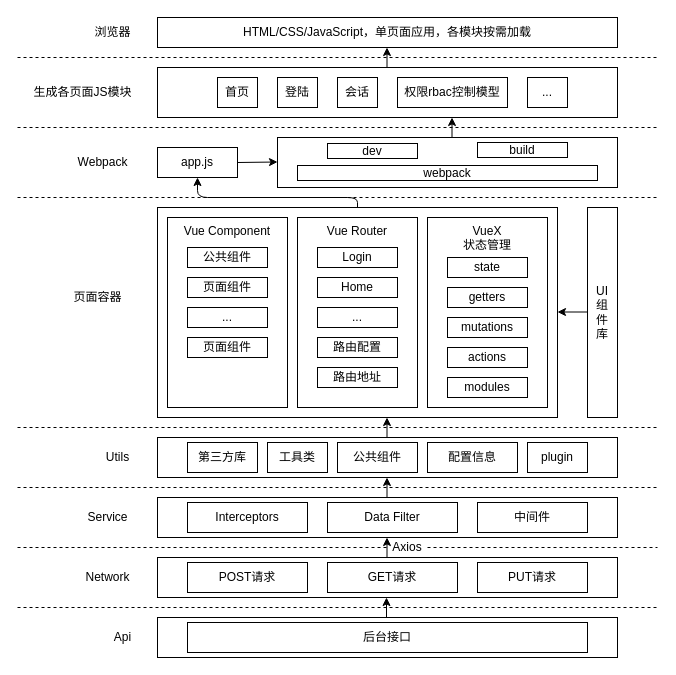
The draw.io diagram 未命名绘图.drawio in magicgaorui/-, before the edit. Source tidied: cells renumbered, new cells numbered last; positions are measured from the earlier drawing's top-left corner, leaving out a move shared by most shapes. Both pictures are drawn from the tidied source at 100%, with x=0, y=0 at pixel (17, 17).
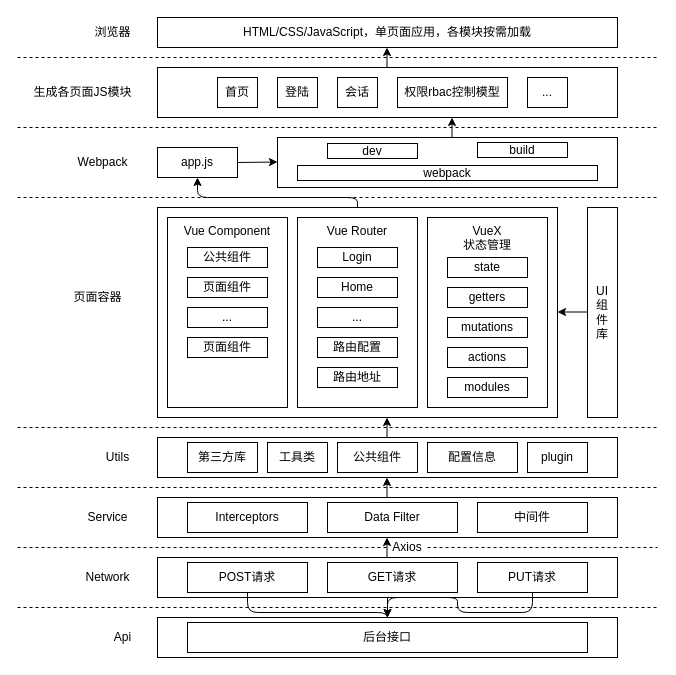
The same diagram, later.

The change refers to these unchanged cells:
```xml
<mxCell id="63" style="rounded=0;whiteSpace=wrap;html=1;shadow=0;glass=0;sketch=0;align=center;verticalAlign=top;" parent="1" vertex="1">
  <mxGeometry x="140" y="540" width="460" height="40" as="geometry" />
</mxCell>
<mxCell id="64" value="POST请求" style="rounded=0;whiteSpace=wrap;html=1;" parent="1" vertex="1">
  <mxGeometry x="170" y="545" width="120" height="30" as="geometry" />
</mxCell>
<mxCell id="66" value="PUT请求" style="rounded=0;whiteSpace=wrap;html=1;" parent="1" vertex="1">
  <mxGeometry x="460" y="545" width="110" height="30" as="geometry" />
</mxCell>
<mxCell id="72" style="rounded=0;whiteSpace=wrap;html=1;shadow=0;glass=0;sketch=0;align=center;verticalAlign=top;" parent="1" vertex="1">
  <mxGeometry x="140" y="600" width="460" height="40" as="geometry" />
</mxCell>
<mxCell id="73" value="后台接口" style="rounded=0;whiteSpace=wrap;html=1;" parent="1" vertex="1">
  <mxGeometry x="170" y="605" width="400" height="30" as="geometry" />
</mxCell>
```

The edit, as a diff of the source:
```diff
@@
+    <mxCell id="75" style="edgeStyle=orthogonalEdgeStyle;rounded=1;jettySize=auto;html=1;exitX=0.5;exitY=1;exitDx=0;exitDy=0;entryX=0.5;entryY=0;entryDx=0;entryDy=0;" parent="1" edge="1" source="63" target="72">
+      <mxGeometry relative="1" as="geometry" />
+    </mxCell>
@@
+    <mxCell id="76" style="edgeStyle=orthogonalEdgeStyle;rounded=1;jettySize=auto;html=1;exitX=0.5;exitY=1;exitDx=0;exitDy=0;entryX=0.288;entryY=0.033;entryDx=0;entryDy=0;entryPerimeter=0;" parent="1" edge="1" source="64" target="73">
+      <mxGeometry relative="1" as="geometry">
+        <Array as="points">
+          <mxPoint x="230" y="595" />
+          <mxPoint x="370" y="595" />
+          <mxPoint x="370" y="606" />
+        </Array>
+      </mxGeometry>
+    </mxCell>
@@
+    <mxCell id="77" style="edgeStyle=orthogonalEdgeStyle;rounded=1;jettySize=auto;html=1;exitX=0.5;exitY=1;exitDx=0;exitDy=0;entryX=0.5;entryY=0;entryDx=0;entryDy=0;" parent="1" edge="1" source="66" target="72">
+      <mxGeometry relative="1" as="geometry" />
+    </mxCell>
@@
-    <mxCell id="74" style="endArrow=classic;html=1;" parent="1" edge="1">
-      <mxGeometry relative="1" as="geometry">
-        <mxPoint x="369" y="600" as="sourcePoint" />
-        <mxPoint x="369" y="580" as="targetPoint" />
-      </mxGeometry>
-    </mxCell>
```
